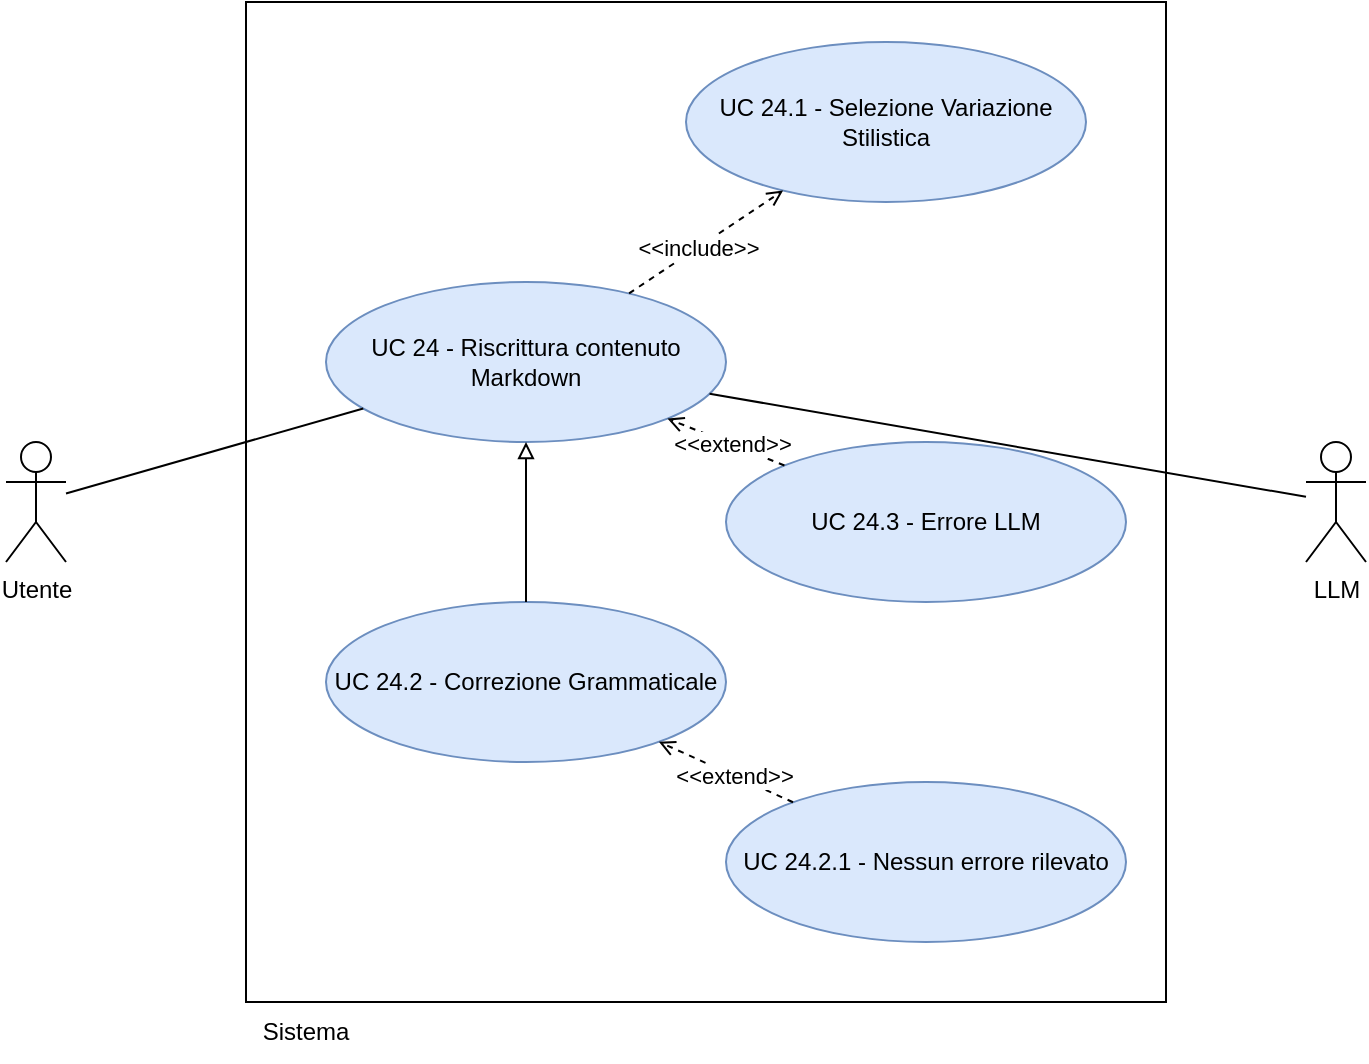
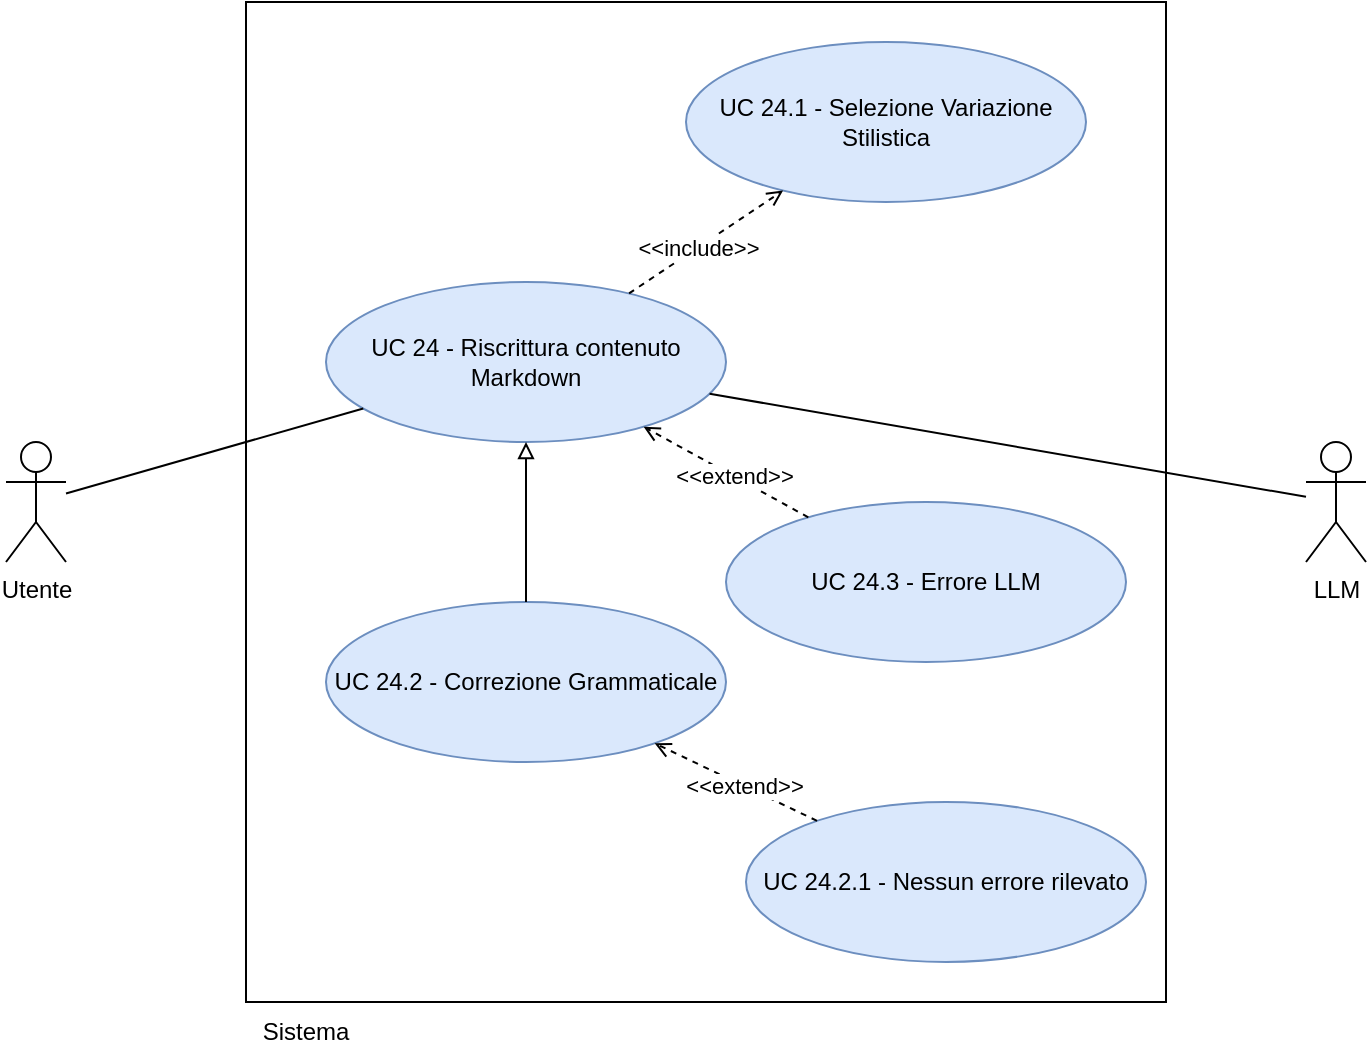
<mxfile host="app.diagrams.net">
  <diagram name="UC 11 - Gestione Codice" id="Kt2Dgr2KxfvWRwyXOeAN">
-     <mxGraphModel dx="1134" dy="789" grid="1" gridSize="10" guides="1" tooltips="1" connect="1" arrows="1" fold="1" page="1" pageScale="1" pageWidth="850" pageHeight="1100" math="0" shadow="0">
+     <mxGraphModel dx="2484" dy="1032" grid="1" gridSize="10" guides="1" tooltips="1" connect="1" arrows="1" fold="1" page="1" pageScale="1" pageWidth="850" pageHeight="1100" math="0" shadow="0">
      <root>
        <mxCell id="0" />
        <mxCell id="1" parent="0" />
-         <mxCell id="p2sep0m7qQ60FvVHNfT_-238" parent="1" style="shape=umlActor;verticalLabelPosition=bottom;verticalAlign=top;html=1;outlineConnect=0;" value="Utente" vertex="1">
-           <mxGeometry height="60" width="30" x="50" y="470" as="geometry" />
+         <mxCell id="p2sep0m7qQ60FvVHNfT_-650" parent="1" style="shape=umlActor;verticalLabelPosition=bottom;verticalAlign=top;html=1;outlineConnect=0;" value="Utente" vertex="1">
+           <mxGeometry height="60" width="30" x="-770" y="380" as="geometry" />
        </mxCell>
-         <mxCell id="p2sep0m7qQ60FvVHNfT_-239" parent="1" style="shape=umlActor;verticalLabelPosition=bottom;verticalAlign=top;html=1;outlineConnect=0;" value="LLM" vertex="1">
-           <mxGeometry height="60" width="30" x="700" y="470" as="geometry" />
+         <mxCell id="p2sep0m7qQ60FvVHNfT_-651" parent="1" style="shape=umlActor;verticalLabelPosition=bottom;verticalAlign=top;html=1;outlineConnect=0;" value="LLM" vertex="1">
+           <mxGeometry height="60" width="30" x="-120" y="380" as="geometry" />
        </mxCell>
-         <mxCell id="p2sep0m7qQ60FvVHNfT_-240" parent="1" style="whiteSpace=wrap;html=1;aspect=fixed;" value="" vertex="1">
-           <mxGeometry height="500" width="460" x="170" y="250" as="geometry" />
+         <mxCell id="p2sep0m7qQ60FvVHNfT_-652" parent="1" style="whiteSpace=wrap;html=1;aspect=fixed;" value="" vertex="1">
+           <mxGeometry height="500" width="460" x="-650" y="160" as="geometry" />
        </mxCell>
-         <mxCell id="p2sep0m7qQ60FvVHNfT_-241" parent="1" style="text;html=1;whiteSpace=wrap;strokeColor=none;fillColor=none;align=center;verticalAlign=middle;rounded=0;" value="Sistema" vertex="1">
-           <mxGeometry height="30" width="60" x="170" y="750" as="geometry" />
+         <mxCell id="p2sep0m7qQ60FvVHNfT_-653" parent="1" style="text;html=1;whiteSpace=wrap;strokeColor=none;fillColor=none;align=center;verticalAlign=middle;rounded=0;" value="Sistema" vertex="1">
+           <mxGeometry height="30" width="60" x="-650" y="660" as="geometry" />
        </mxCell>
-         <mxCell id="p2sep0m7qQ60FvVHNfT_-242" parent="1" style="ellipse;whiteSpace=wrap;html=1;fillColor=#dae8fc;strokeColor=#6c8ebf;" value="UC 24 - Riscrittura contenuto Markdown" vertex="1">
-           <mxGeometry height="80" width="200" x="210" y="390" as="geometry" />
+         <mxCell id="p2sep0m7qQ60FvVHNfT_-654" parent="1" style="ellipse;whiteSpace=wrap;html=1;fillColor=#dae8fc;strokeColor=#6c8ebf;" value="UC 24 - Riscrittura contenuto Markdown" vertex="1">
+           <mxGeometry height="80" width="200" x="-610" y="300" as="geometry" />
        </mxCell>
-         <mxCell id="p2sep0m7qQ60FvVHNfT_-243" parent="1" style="ellipse;whiteSpace=wrap;html=1;fillColor=#dae8fc;strokeColor=#6c8ebf;" value="UC 24.1 - Selezione Variazione Stilistica" vertex="1">
-           <mxGeometry height="80" width="200" x="390" y="270" as="geometry" />
+         <mxCell id="p2sep0m7qQ60FvVHNfT_-655" parent="1" style="ellipse;whiteSpace=wrap;html=1;fillColor=#dae8fc;strokeColor=#6c8ebf;" value="UC 24.1 - Selezione Variazione Stilistica" vertex="1">
+           <mxGeometry height="80" width="200" x="-430" y="180" as="geometry" />
        </mxCell>
-         <mxCell id="p2sep0m7qQ60FvVHNfT_-244" parent="1" style="ellipse;whiteSpace=wrap;html=1;fillColor=#dae8fc;strokeColor=#6c8ebf;" value="UC 24.2 - Correzione Grammaticale" vertex="1">
-           <mxGeometry height="80" width="200" x="210" y="550" as="geometry" />
+         <mxCell id="p2sep0m7qQ60FvVHNfT_-656" parent="1" style="ellipse;whiteSpace=wrap;html=1;fillColor=#dae8fc;strokeColor=#6c8ebf;" value="UC 24.2 - Correzione Grammaticale" vertex="1">
+           <mxGeometry height="80" width="200" x="-610" y="460" as="geometry" />
        </mxCell>
-         <mxCell id="p2sep0m7qQ60FvVHNfT_-245" parent="1" style="ellipse;whiteSpace=wrap;html=1;fillColor=#dae8fc;strokeColor=#6c8ebf;" value="UC 24.3 - Errore LLM" vertex="1">
-           <mxGeometry height="80" width="200" x="410" y="470" as="geometry" />
+         <mxCell id="p2sep0m7qQ60FvVHNfT_-657" parent="1" style="ellipse;whiteSpace=wrap;html=1;fillColor=#dae8fc;strokeColor=#6c8ebf;" value="UC 24.3 - Errore LLM" vertex="1">
+           <mxGeometry height="80" width="200" x="-410" y="410" as="geometry" />
        </mxCell>
-         <mxCell id="p2sep0m7qQ60FvVHNfT_-246" parent="1" style="ellipse;whiteSpace=wrap;html=1;fillColor=#dae8fc;strokeColor=#6c8ebf;" value="UC 24.2.1 - Nessun errore rilevato" vertex="1">
-           <mxGeometry height="80" width="200" x="410" y="640" as="geometry" />
+         <mxCell id="p2sep0m7qQ60FvVHNfT_-658" parent="1" style="ellipse;whiteSpace=wrap;html=1;fillColor=#dae8fc;strokeColor=#6c8ebf;" value="UC 24.2.1 - Nessun errore rilevato" vertex="1">
+           <mxGeometry height="80" width="200" x="-400" y="560" as="geometry" />
        </mxCell>
-         <mxCell id="p2sep0m7qQ60FvVHNfT_-247" edge="1" parent="1" source="p2sep0m7qQ60FvVHNfT_-238" style="edgeStyle=none;rounded=0;orthogonalLoop=1;jettySize=auto;html=1;endArrow=none;endFill=0;" target="p2sep0m7qQ60FvVHNfT_-242">
+         <mxCell id="p2sep0m7qQ60FvVHNfT_-659" edge="1" parent="1" source="p2sep0m7qQ60FvVHNfT_-650" style="edgeStyle=none;rounded=0;orthogonalLoop=1;jettySize=auto;html=1;endArrow=none;endFill=0;" target="p2sep0m7qQ60FvVHNfT_-654">
          <mxGeometry relative="1" as="geometry" />
        </mxCell>
-         <mxCell id="p2sep0m7qQ60FvVHNfT_-248" edge="1" parent="1" source="p2sep0m7qQ60FvVHNfT_-239" style="edgeStyle=none;rounded=0;orthogonalLoop=1;jettySize=auto;html=1;endArrow=none;endFill=0;" target="p2sep0m7qQ60FvVHNfT_-242">
+         <mxCell id="p2sep0m7qQ60FvVHNfT_-660" edge="1" parent="1" source="p2sep0m7qQ60FvVHNfT_-651" style="edgeStyle=none;rounded=0;orthogonalLoop=1;jettySize=auto;html=1;endArrow=none;endFill=0;" target="p2sep0m7qQ60FvVHNfT_-654">
          <mxGeometry relative="1" as="geometry" />
        </mxCell>
-         <mxCell id="p2sep0m7qQ60FvVHNfT_-249" edge="1" parent="1" source="p2sep0m7qQ60FvVHNfT_-242" style="edgeStyle=none;rounded=0;orthogonalLoop=1;jettySize=auto;html=1;endArrow=open;endFill=0;dashed=1;" target="p2sep0m7qQ60FvVHNfT_-243">
+         <mxCell id="p2sep0m7qQ60FvVHNfT_-661" edge="1" parent="1" source="p2sep0m7qQ60FvVHNfT_-654" style="edgeStyle=none;rounded=0;orthogonalLoop=1;jettySize=auto;html=1;endArrow=open;endFill=0;dashed=1;" target="p2sep0m7qQ60FvVHNfT_-655">
          <mxGeometry relative="1" as="geometry" />
        </mxCell>
-         <mxCell id="p2sep0m7qQ60FvVHNfT_-250" connectable="0" parent="p2sep0m7qQ60FvVHNfT_-249" style="edgeLabel;html=1;align=center;verticalAlign=middle;resizable=0;points=[];" value="&amp;lt;&amp;lt;include&amp;gt;&amp;gt;" vertex="1">
+         <mxCell id="p2sep0m7qQ60FvVHNfT_-662" connectable="0" parent="p2sep0m7qQ60FvVHNfT_-661" style="edgeLabel;html=1;align=center;verticalAlign=middle;resizable=0;points=[];" value="&amp;lt;&amp;lt;include&amp;gt;&amp;gt;" vertex="1">
          <mxGeometry relative="1" x="-0.1" as="geometry">
            <mxPoint as="offset" />
          </mxGeometry>
        </mxCell>
-         <mxCell id="p2sep0m7qQ60FvVHNfT_-251" edge="1" parent="1" source="p2sep0m7qQ60FvVHNfT_-244" style="edgeStyle=none;rounded=0;orthogonalLoop=1;jettySize=auto;html=1;endArrow=block;endFill=0;" target="p2sep0m7qQ60FvVHNfT_-242">
+         <mxCell id="p2sep0m7qQ60FvVHNfT_-663" edge="1" parent="1" source="p2sep0m7qQ60FvVHNfT_-656" style="edgeStyle=none;rounded=0;orthogonalLoop=1;jettySize=auto;html=1;endArrow=block;endFill=0;" target="p2sep0m7qQ60FvVHNfT_-654">
          <mxGeometry relative="1" as="geometry" />
        </mxCell>
-         <mxCell id="p2sep0m7qQ60FvVHNfT_-252" edge="1" parent="1" source="p2sep0m7qQ60FvVHNfT_-245" style="edgeStyle=none;rounded=0;orthogonalLoop=1;jettySize=auto;html=1;endArrow=open;endFill=0;dashed=1;" target="p2sep0m7qQ60FvVHNfT_-242">
+         <mxCell id="p2sep0m7qQ60FvVHNfT_-664" edge="1" parent="1" source="p2sep0m7qQ60FvVHNfT_-657" style="edgeStyle=none;rounded=0;orthogonalLoop=1;jettySize=auto;html=1;endArrow=open;endFill=0;dashed=1;" target="p2sep0m7qQ60FvVHNfT_-654">
          <mxGeometry relative="1" as="geometry" />
        </mxCell>
-         <mxCell id="p2sep0m7qQ60FvVHNfT_-253" connectable="0" parent="p2sep0m7qQ60FvVHNfT_-252" style="edgeLabel;html=1;align=center;verticalAlign=middle;resizable=0;points=[];" value="&amp;lt;&amp;lt;extend&amp;gt;&amp;gt;" vertex="1">
+         <mxCell id="p2sep0m7qQ60FvVHNfT_-665" connectable="0" parent="p2sep0m7qQ60FvVHNfT_-664" style="edgeLabel;html=1;align=center;verticalAlign=middle;resizable=0;points=[];" value="&amp;lt;&amp;lt;extend&amp;gt;&amp;gt;" vertex="1">
          <mxGeometry relative="1" x="-0.1" as="geometry">
            <mxPoint as="offset" />
          </mxGeometry>
        </mxCell>
-         <mxCell id="p2sep0m7qQ60FvVHNfT_-254" edge="1" parent="1" source="p2sep0m7qQ60FvVHNfT_-246" style="edgeStyle=none;rounded=0;orthogonalLoop=1;jettySize=auto;html=1;endArrow=open;endFill=0;dashed=1;" target="p2sep0m7qQ60FvVHNfT_-244">
+         <mxCell id="p2sep0m7qQ60FvVHNfT_-666" edge="1" parent="1" source="p2sep0m7qQ60FvVHNfT_-658" style="edgeStyle=none;rounded=0;orthogonalLoop=1;jettySize=auto;html=1;endArrow=open;endFill=0;dashed=1;" target="p2sep0m7qQ60FvVHNfT_-656">
          <mxGeometry relative="1" as="geometry" />
        </mxCell>
-         <mxCell id="p2sep0m7qQ60FvVHNfT_-255" connectable="0" parent="p2sep0m7qQ60FvVHNfT_-254" style="edgeLabel;html=1;align=center;verticalAlign=middle;resizable=0;points=[];" value="&amp;lt;&amp;lt;extend&amp;gt;&amp;gt;" vertex="1">
+         <mxCell id="p2sep0m7qQ60FvVHNfT_-667" connectable="0" parent="p2sep0m7qQ60FvVHNfT_-666" style="edgeLabel;html=1;align=center;verticalAlign=middle;resizable=0;points=[];" value="&amp;lt;&amp;lt;extend&amp;gt;&amp;gt;" vertex="1">
          <mxGeometry relative="1" x="-0.1" as="geometry">
            <mxPoint as="offset" />
          </mxGeometry>
        </mxCell>
      </root>
    </mxGraphModel>
  </diagram>
</mxfile>
